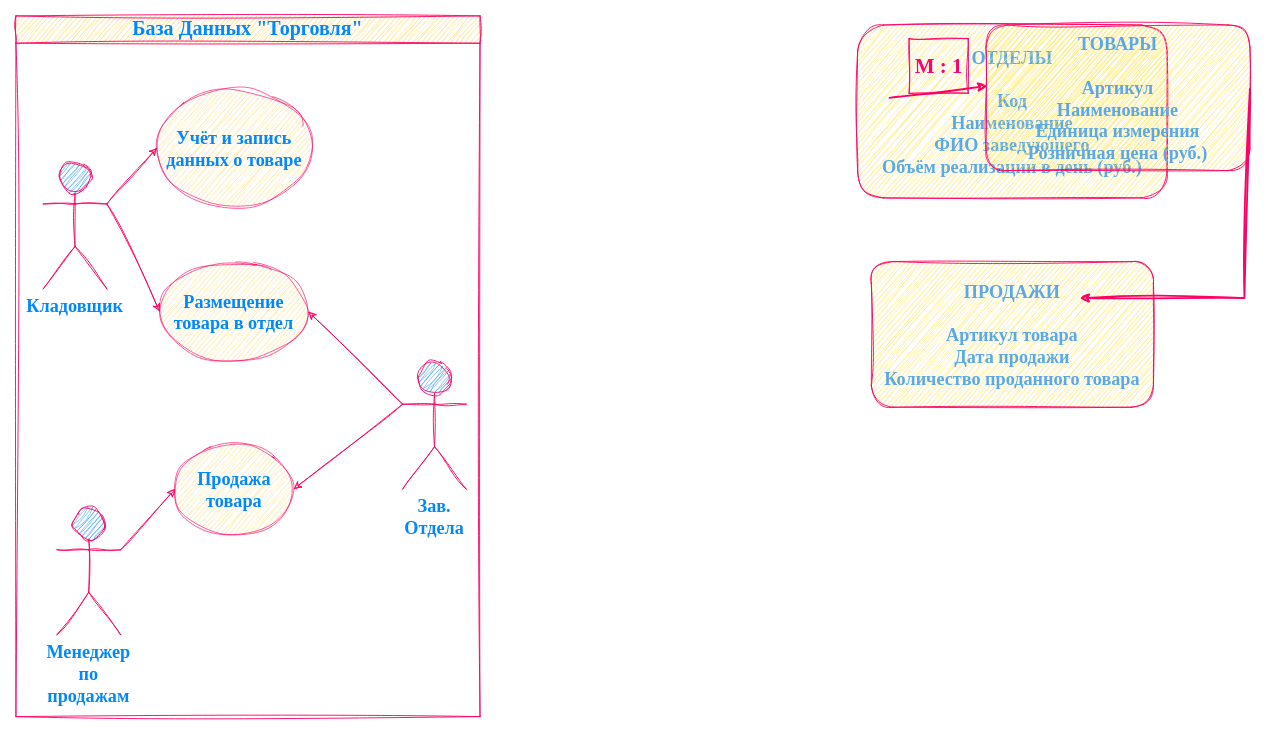
Daria-Zharinova/ZPervoe keeps this draw.io diagram as page "Страница 1" (1 of 2) of Практика.drawio. Above is the earlier version. Source tidied: cells renumbered, new cells numbered last; positions are measured from the earlier drawing's top-left corner, leaving out a move shared by most shapes. Both pictures are drawn from the tidied source at 91%, with x=0, y=0 at pixel (15, 15).
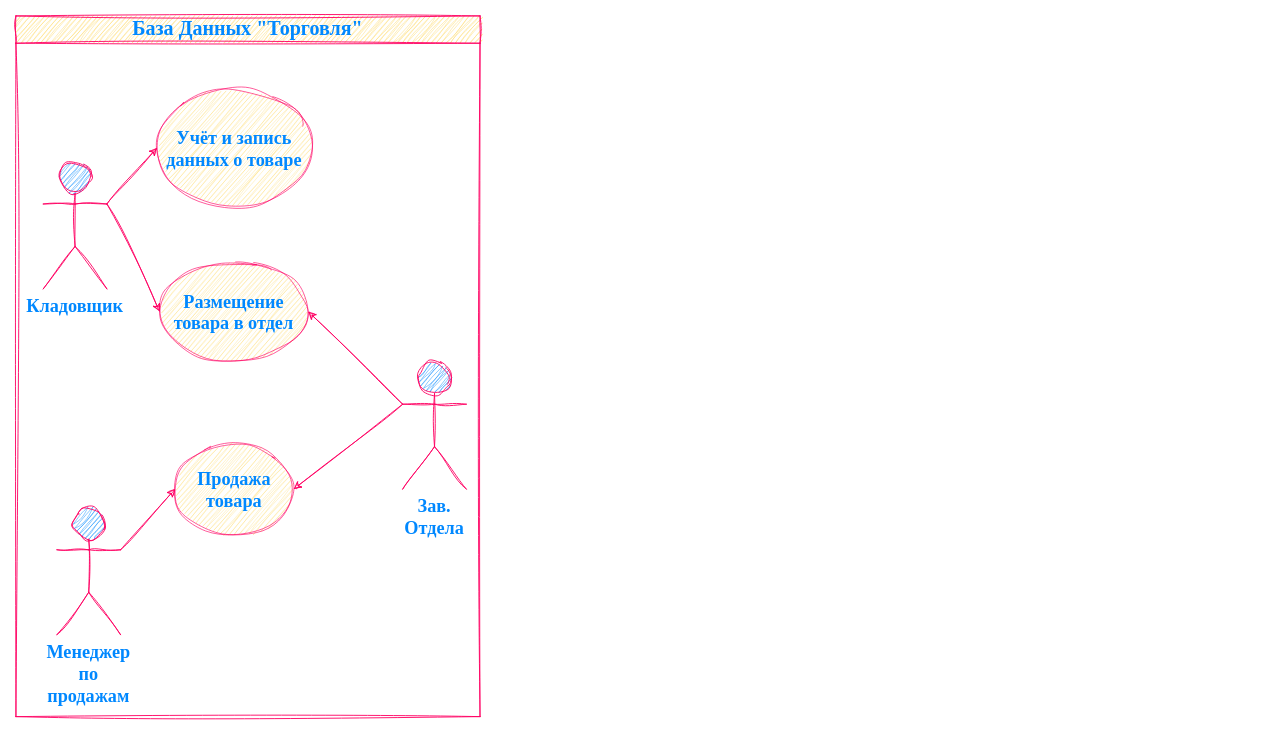
The same diagram, later.

Diff of the diagram source:
```diff
@@
-    <mxCell id="14" value="ОТДЕЛЫ&lt;br style=&quot;font-size: 20px;&quot;&gt;&lt;br style=&quot;font-size: 20px;&quot;&gt;Код&lt;br style=&quot;font-size: 20px;&quot;&gt;Наименование&lt;br style=&quot;font-size: 20px;&quot;&gt;ФИО заведующего&lt;br style=&quot;font-size: 20px;&quot;&gt;Объём реализации в день (руб.)" style="rounded=1;whiteSpace=wrap;html=1;fontSize=20;sketch=1;curveFitting=1;jiggle=2;labelBackgroundColor=none;fillColor=#FFE45E;strokeColor=#FF0063;fontColor=#5AA9E6;fontFamily=Garamond;fontStyle=1;" parent="1" vertex="1">
-      <mxGeometry x="925" y="10" width="340" height="190" as="geometry" />
-    </mxCell>
-    <mxCell id="15" value="ТОВАРЫ&lt;br style=&quot;font-size: 20px;&quot;&gt;&lt;font style=&quot;font-size: 20px;&quot;&gt;&lt;br style=&quot;font-size: 20px;&quot;&gt;&lt;/font&gt;Артикул&lt;br style=&quot;font-size: 20px;&quot;&gt;Наименование&lt;br style=&quot;font-size: 20px;&quot;&gt;Единица измерения&lt;br style=&quot;font-size: 20px;&quot;&gt;Розничная цена (руб.)" style="rounded=1;whiteSpace=wrap;html=1;fontSize=20;sketch=1;curveFitting=1;jiggle=2;labelBackgroundColor=none;fillColor=#FFE45E;strokeColor=#FF0063;fontColor=#5AA9E6;fontFamily=Garamond;fontStyle=1;" parent="1" vertex="1">
-      <mxGeometry x="1066" y="10" width="290" height="160" as="geometry" />
-    </mxCell>
-    <mxCell id="16" value="ПРОДАЖИ&lt;br style=&quot;font-size: 20px;&quot;&gt;&lt;br style=&quot;font-size: 20px;&quot;&gt;Артикул товара&lt;br style=&quot;font-size: 20px;&quot;&gt;Дата продажи&lt;br style=&quot;font-size: 20px;&quot;&gt;Количество проданного товара" style="rounded=1;whiteSpace=wrap;html=1;fontSize=20;sketch=1;curveFitting=1;jiggle=2;labelBackgroundColor=none;fillColor=#FFE45E;strokeColor=#FF0063;fontColor=#5AA9E6;fontStyle=1;fontFamily=Garamond;" parent="1" vertex="1">
-      <mxGeometry x="940" y="270" width="310" height="160" as="geometry" />
-    </mxCell>
-    <mxCell id="17" style="endArrow=classic;html=1;rounded=0;sketch=1;hachureGap=4;jiggle=2;curveFitting=1;strokeColor=#FF0063;fontFamily=Garamond;fontSize=16;fontColor=#5AA9E6;fillColor=#FFE45E;entryX=0.005;entryY=0.418;entryDx=0;entryDy=0;strokeWidth=2;entryPerimeter=0;exitX=1;exitY=0.5;exitDx=0;exitDy=0;" parent="1" edge="1" target="15">
-      <mxGeometry relative="1" as="geometry">
-        <mxPoint x="960" y="90" as="sourcePoint" />
-      </mxGeometry>
-    </mxCell>
-    <mxCell id="18" style="endArrow=classic;html=1;rounded=0;sketch=1;hachureGap=4;jiggle=2;curveFitting=1;strokeColor=#FF0063;fontFamily=Garamond;fontSize=16;fontColor=#5AA9E6;fillColor=#FFE45E;exitX=1;exitY=0.438;exitDx=0;exitDy=0;strokeWidth=2;entryX=1;entryY=0.5;entryDx=0;entryDy=0;exitPerimeter=0;" parent="1" edge="1" source="15">
-      <mxGeometry relative="1" as="geometry">
-        <mxPoint x="1169" y="310" as="targetPoint" />
-        <Array as="points">
-          <mxPoint x="1350" y="310" />
-        </Array>
-      </mxGeometry>
-    </mxCell>
-    <mxCell id="19" value="&lt;b&gt;&lt;font style=&quot;font-size: 23px;&quot; color=&quot;#ff006f&quot;&gt;М : 1&lt;/font&gt;&lt;/b&gt;" style="rounded=0;whiteSpace=wrap;html=1;sketch=1;hachureGap=4;jiggle=2;curveFitting=1;strokeColor=#FF0063;fontFamily=Garamond;fontSize=20;fontColor=#5AA9E6;fillColor=none;" parent="1" vertex="1">
-      <mxGeometry x="981.5" y="25" width="65" height="60" as="geometry" />
-    </mxCell>
```
